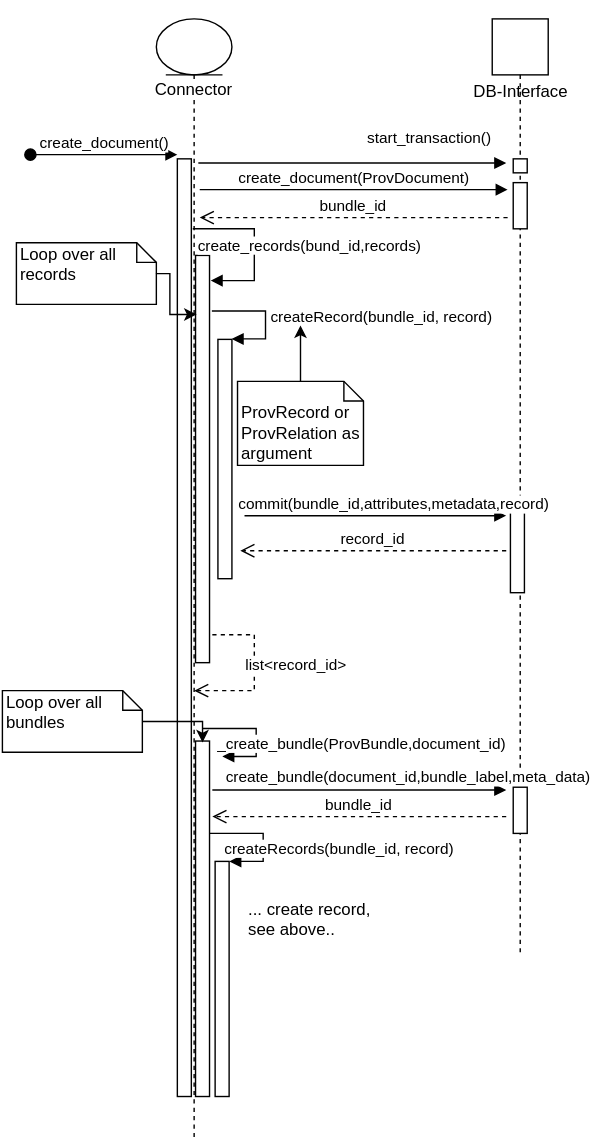
This is docs/diagrams/Process-Save-Document.svg from DLR-SC/prov-db-connector, a draw.io export, as it was before one commit. Source tidied: cells renumbered, new cells last; positions are measured from the earlier drawing's top-left corner, leaving out a move shared by most shapes.
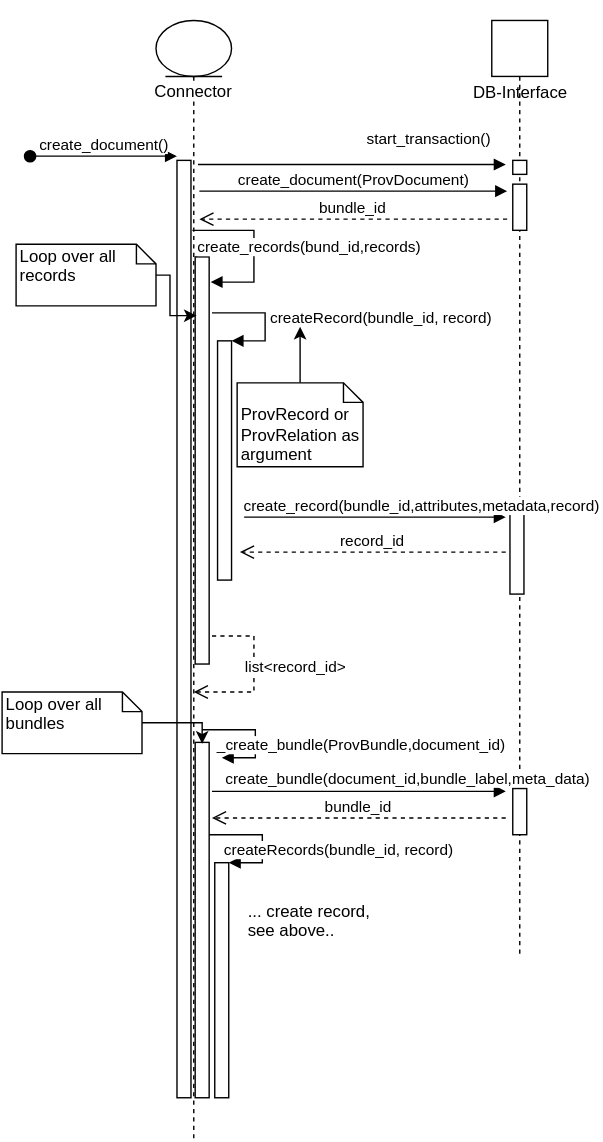
The same diagram one commit later.

Commit message:
- add parsing exception

What changed in the source:
```diff
@@ -51,8 +51,8 @@
     <mxCell id="11" style="html=1;perimeter=orthogonalPerimeter;" parent="1" vertex="1">
       <mxGeometry x="363" y="350" width="10" height="60" as="geometry" />
     </mxCell>
-    <mxCell id="12" value="commit(bundle_id,&lt;span&gt;attributes&lt;/span&gt;,metadata,record)" style="html=1;verticalAlign=bottom;endArrow=block;" parent="1" edge="1">
-      <mxGeometry x="0.14" relative="1" as="geometry">
+    <mxCell id="12" value="create_record(bundle_id,&lt;span&gt;attributes&lt;/span&gt;,metadata,record)" style="html=1;verticalAlign=bottom;endArrow=block;" parent="1" edge="1">
+      <mxGeometry x="0.36" relative="1" as="geometry">
         <mxPoint x="173" y="355" as="sourcePoint" />
         <mxPoint x="360" y="355" as="targetPoint" />
         <Array as="points">
```
